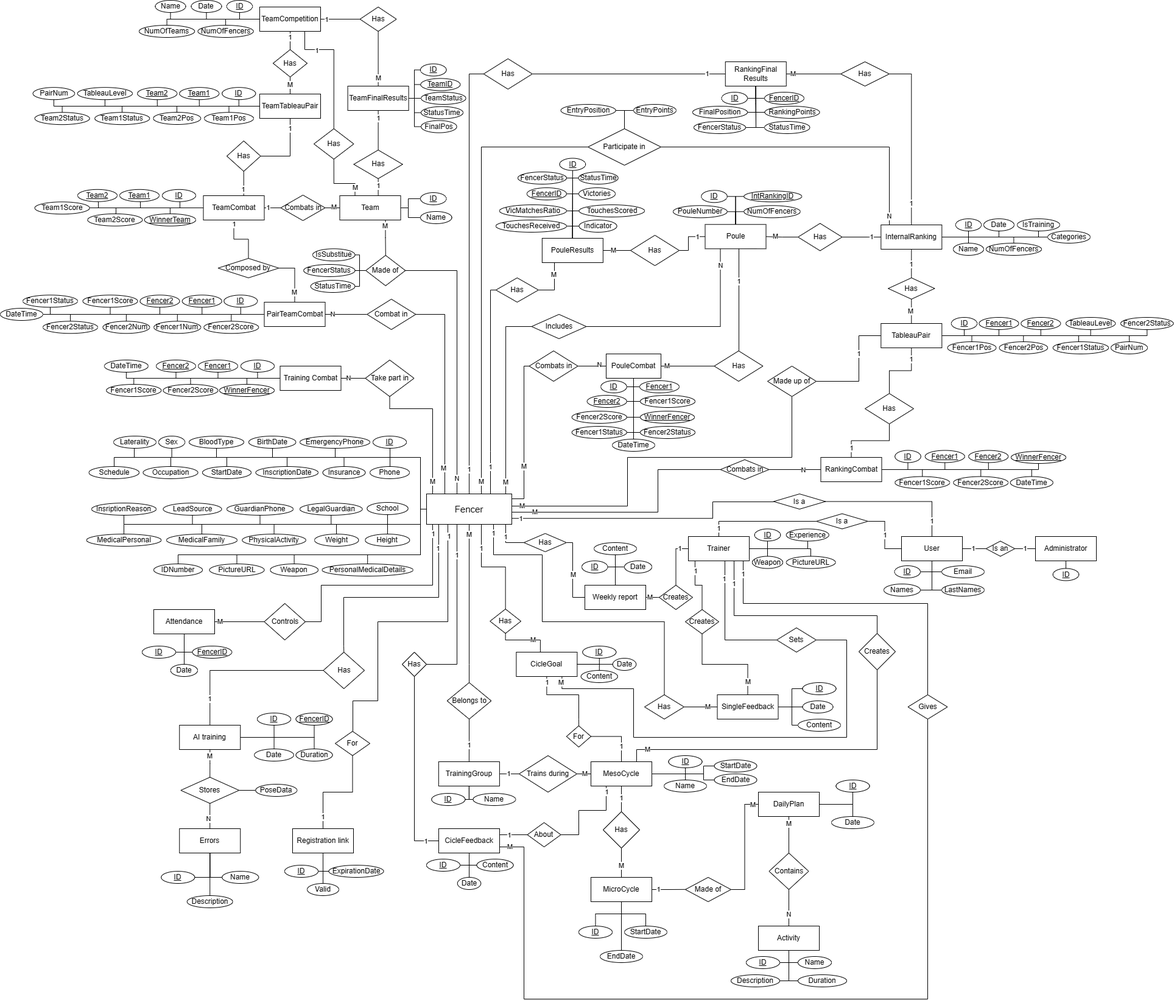
Above: Design/Web_app/Database ER diagram.png in Diego-Hiriart/Capstone_Hiriart-Corales-Samaniego (draw.io), before the change. Source tidied: cells renumbered, new cells last; positions are measured from the earlier drawing's top-left corner, leaving out a move shared by most shapes.
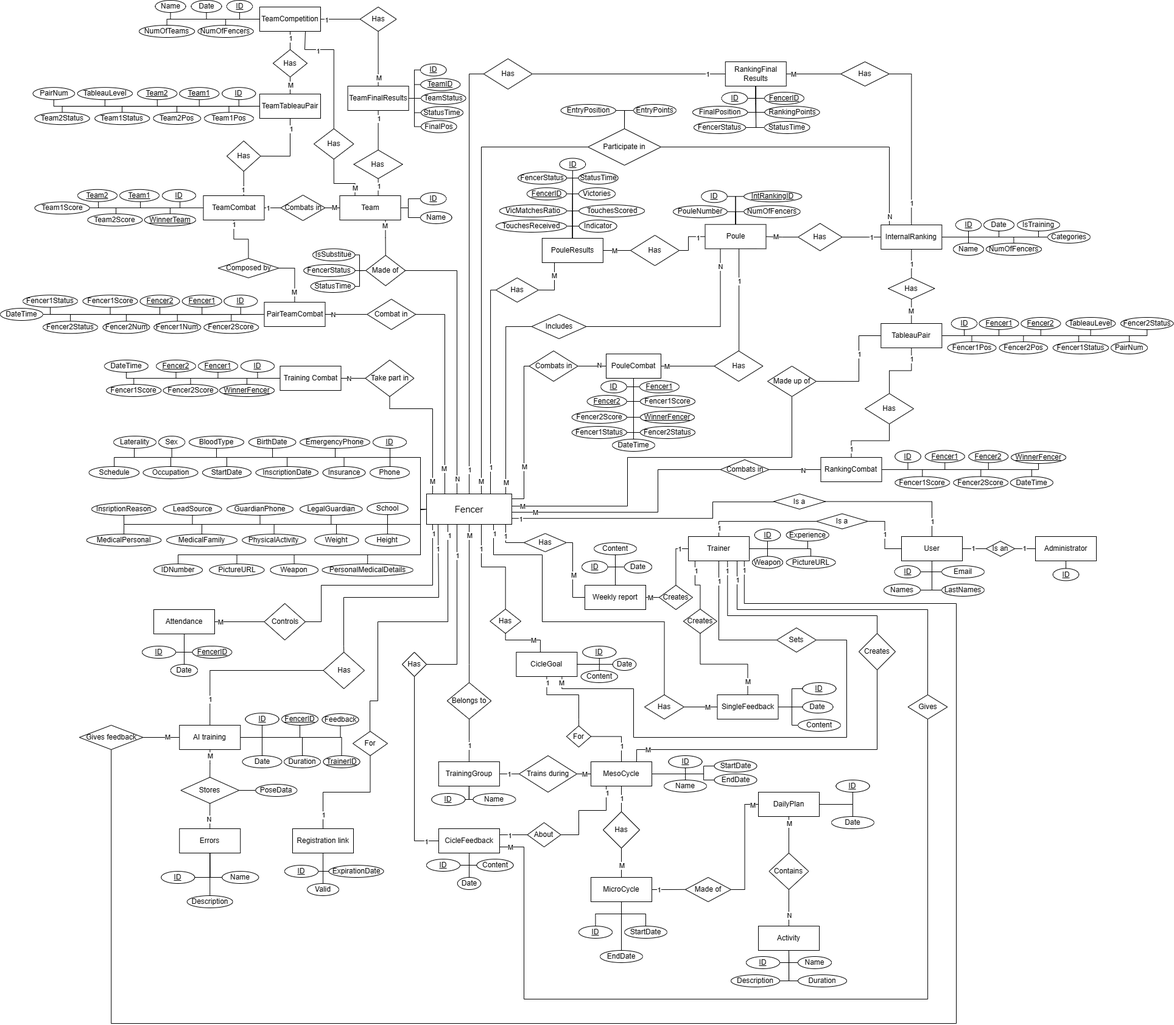
Above is the later version.

What changed in the source:
```diff
@@ -57,8 +57,8 @@
           <mxPoint x="735" y="1021" />
           <mxPoint x="620" y="1021" />
           <mxPoint x="620" y="1151" />
-          <mxPoint x="579" y="1151" />
-          <mxPoint x="579" y="1201" />
+          <mxPoint x="607" y="1151" />
+          <mxPoint x="607" y="1201" />
         </Array>
       </mxGeometry>
     </mxCell>
@@ -341,17 +341,17 @@
     <mxCell id="42" value="Fencer" style="whiteSpace=wrap;html=1;align=center;fontSize=15;" parent="1" vertex="1">
       <mxGeometry x="700" y="811" width="140" height="50" as="geometry" />
     </mxCell>
-    <mxCell id="43" style="edgeStyle=orthogonalEdgeStyle;rounded=0;jettySize=auto;html=1;exitX=0.75;exitY=1;exitDx=0;exitDy=0;endArrow=none;endFill=0;" parent="1" edge="1" source="59" target="62">
+    <mxCell id="43" style="edgeStyle=orthogonalEdgeStyle;rounded=0;jettySize=auto;html=1;exitX=0.643;exitY=0.998;exitDx=0;exitDy=0;endArrow=none;endFill=0;exitPerimeter=0;" parent="1" edge="1" source="59" target="62">
       <mxGeometry relative="1" as="geometry">
         <Array as="points">
-          <mxPoint x="1205" y="1011" />
+          <mxPoint x="1194" y="1011" />
           <mxPoint x="1440" y="1011" />
         </Array>
       </mxGeometry>
     </mxCell>
     <mxCell id="44" value="1" style="edgeLabel;html=1;align=center;verticalAlign=middle;" parent="43" vertex="1">
       <mxGeometry x="-0.67" y="1" relative="1" as="geometry">
-        <mxPoint x="-1" y="-20" as="offset" />
+        <mxPoint x="-2" y="-44" as="offset" />
       </mxGeometry>
     </mxCell>
     <mxCell id="45" style="edgeStyle=orthogonalEdgeStyle;rounded=0;jettySize=auto;html=1;exitX=0;exitY=0.5;exitDx=0;exitDy=0;endArrow=none;endFill=0;" parent="1" edge="1" source="59" target="166">
@@ -395,22 +395,21 @@
     <mxCell id="54" style="edgeStyle=orthogonalEdgeStyle;rounded=0;jettySize=auto;html=1;exitX=0.5;exitY=1;exitDx=0;exitDy=0;entryX=0;entryY=0.5;entryDx=0;entryDy=0;endArrow=none;endFill=0;" parent="1" edge="1" source="59" target="579">
       <mxGeometry relative="1" as="geometry">
         <Array as="points">
-          <mxPoint x="1190" y="921" />
-          <mxPoint x="1190" y="1051" />
+          <mxPoint x="1180" y="1051" />
         </Array>
       </mxGeometry>
     </mxCell>
     <mxCell id="55" value="1" style="edgeLabel;html=1;align=center;verticalAlign=middle;" parent="54" vertex="1">
       <mxGeometry x="-0.65" relative="1" as="geometry">
-        <mxPoint x="-1" as="offset" />
+        <mxPoint y="-7" as="offset" />
       </mxGeometry>
     </mxCell>
     <mxCell id="56" style="edgeStyle=orthogonalEdgeStyle;rounded=0;jettySize=auto;html=1;exitX=0.75;exitY=1;exitDx=0;exitDy=0;entryX=0.5;entryY=0;entryDx=0;entryDy=0;endArrow=none;endFill=0;" parent="1" edge="1" source="59" target="582">
       <mxGeometry relative="1" as="geometry">
         <Array as="points">
-          <mxPoint x="1220" y="921" />
-          <mxPoint x="1220" y="991" />
-          <mxPoint x="1523" y="991" />
+          <mxPoint x="1210" y="921" />
+          <mxPoint x="1210" y="1001" />
+          <mxPoint x="1523" y="1001" />
         </Array>
       </mxGeometry>
     </mxCell>
@@ -880,31 +879,41 @@
     <mxCell id="147" style="edgeStyle=orthogonalEdgeStyle;rounded=0;jettySize=auto;html=1;exitX=1;exitY=0.5;exitDx=0;exitDy=0;entryX=0.5;entryY=1;entryDx=0;entryDy=0;endArrow=none;endFill=0;" parent="1" edge="1" source="151" target="541">
       <mxGeometry relative="1" as="geometry">
         <Array as="points">
-          <mxPoint x="450" y="1211" />
+          <mxPoint x="430" y="1211" />
         </Array>
       </mxGeometry>
     </mxCell>
     <mxCell id="148" style="edgeStyle=orthogonalEdgeStyle;rounded=0;jettySize=auto;html=1;exitX=1;exitY=0.5;exitDx=0;exitDy=0;entryX=0.5;entryY=0;entryDx=0;entryDy=0;endArrow=none;endFill=0;" parent="1" edge="1" source="151" target="542">
       <mxGeometry relative="1" as="geometry">
         <Array as="points">
-          <mxPoint x="450" y="1211" />
+          <mxPoint x="430" y="1211" />
         </Array>
       </mxGeometry>
     </mxCell>
-    <mxCell id="149" style="edgeStyle=orthogonalEdgeStyle;rounded=0;jettySize=auto;html=1;exitX=1;exitY=0.5;exitDx=0;exitDy=0;entryX=0.5;entryY=1;entryDx=0;entryDy=0;endArrow=none;endFill=0;" parent="1" edge="1" source="151" target="543">
+    <mxCell id="149" style="edgeStyle=orthogonalEdgeStyle;rounded=0;jettySize=auto;html=1;exitX=1;exitY=0.5;exitDx=0;exitDy=0;endArrow=none;endFill=0;entryX=0.5;entryY=1;entryDx=0;entryDy=0;" parent="1" edge="1" source="151" target="543">
       <mxGeometry relative="1" as="geometry">
         <Array as="points">
-          <mxPoint x="516" y="1211" />
+          <mxPoint x="492" y="1211" />
         </Array>
       </mxGeometry>
     </mxCell>
     <mxCell id="150" style="edgeStyle=orthogonalEdgeStyle;rounded=0;jettySize=auto;html=1;exitX=1;exitY=0.5;exitDx=0;exitDy=0;entryX=0.5;entryY=0;entryDx=0;entryDy=0;endArrow=none;endFill=0;" parent="1" edge="1" source="151" target="544">
       <mxGeometry relative="1" as="geometry">
         <Array as="points">
-          <mxPoint x="516" y="1211" />
+          <mxPoint x="496" y="1211" />
         </Array>
       </mxGeometry>
     </mxCell>
+    <mxCell id="609" style="edgeStyle=orthogonalEdgeStyle;rounded=0;jettySize=auto;html=1;exitX=1;exitY=0.5;exitDx=0;exitDy=0;entryX=0.5;entryY=1;entryDx=0;entryDy=0;endArrow=none;endFill=0;" parent="1" edge="1" source="151" target="611">
+      <mxGeometry relative="1" as="geometry">
+        <Array as="points">
+          <mxPoint x="559" y="1211" />
+        </Array>
+      </mxGeometry>
+    </mxCell>
+    <mxCell id="610" style="edgeStyle=orthogonalEdgeStyle;rounded=0;jettySize=auto;html=1;exitX=1;exitY=0.5;exitDx=0;exitDy=0;entryX=0.5;entryY=0;entryDx=0;entryDy=0;endArrow=none;endFill=0;" parent="1" edge="1" source="151" target="612">
+      <mxGeometry relative="1" as="geometry" />
+    </mxCell>
     <mxCell id="151" value="AI training" style="whiteSpace=wrap;html=1;align=center;" parent="1" vertex="1">
       <mxGeometry x="294.2" y="1191" width="100" height="40" as="geometry" />
     </mxCell>
@@ -989,7 +998,7 @@
       </mxGeometry>
     </mxCell>
     <mxCell id="172" value="Creates" style="shape=rhombus;perimeter=rhombusPerimeter;whiteSpace=wrap;html=1;align=center;" parent="1" vertex="1">
-      <mxGeometry x="1125" y="1001" width="55" height="40" as="geometry" />
+      <mxGeometry x="1121.9" y="1000.1" width="55" height="40" as="geometry" />
     </mxCell>
     <mxCell id="173" style="edgeStyle=orthogonalEdgeStyle;rounded=0;jettySize=auto;html=1;exitX=1;exitY=0.5;exitDx=0;exitDy=0;entryX=0;entryY=0.5;entryDx=0;entryDy=0;endArrow=none;endFill=0;" parent="1" edge="1" source="176" target="383">
       <mxGeometry relative="1" as="geometry">
@@ -1930,7 +1939,7 @@
       <mxGeometry x="0.77" relative="1" as="geometry" />
     </mxCell>
     <mxCell id="342" value="For" style="shape=rhombus;perimeter=rhombusPerimeter;whiteSpace=wrap;html=1;align=center;" parent="1" vertex="1">
-      <mxGeometry x="550" y="1201" width="57" height="40" as="geometry" />
+      <mxGeometry x="579" y="1201" width="57" height="40" as="geometry" />
     </mxCell>
     <mxCell id="343" style="edgeStyle=orthogonalEdgeStyle;rounded=0;jettySize=auto;html=1;exitX=0.5;exitY=1;exitDx=0;exitDy=0;entryX=0.5;entryY=0;entryDx=0;entryDy=0;endArrow=none;endFill=0;" parent="1" edge="1" source="344" target="416">
       <mxGeometry relative="1" as="geometry" />
@@ -2645,16 +2654,16 @@
       <mxGeometry x="315.5" y="1061" width="64.8" height="20" as="geometry" />
     </mxCell>
     <mxCell id="541" value="ID" style="ellipse;whiteSpace=wrap;html=1;align=center;fontStyle=4;" parent="1" vertex="1">
-      <mxGeometry x="422.1" y="1171" width="55" height="20" as="geometry" />
+      <mxGeometry x="402.5" y="1171" width="55" height="20" as="geometry" />
     </mxCell>
     <mxCell id="542" value="Date" style="ellipse;whiteSpace=wrap;html=1;align=center;fontStyle=0;" parent="1" vertex="1">
-      <mxGeometry x="417.2" y="1230" width="64.8" height="20" as="geometry" />
+      <mxGeometry x="397.6" y="1241" width="64.8" height="20" as="geometry" />
     </mxCell>
     <mxCell id="543" value="FencerID" style="ellipse;whiteSpace=wrap;html=1;align=center;fontStyle=4;" parent="1" vertex="1">
-      <mxGeometry x="485.5" y="1171" width="60" height="20" as="geometry" />
+      <mxGeometry x="462" y="1171" width="60" height="20" as="geometry" />
     </mxCell>
     <mxCell id="544" value="Duration" style="ellipse;whiteSpace=wrap;html=1;align=center;fontStyle=0;" parent="1" vertex="1">
-      <mxGeometry x="485.5" y="1230" width="60" height="20" as="geometry" />
+      <mxGeometry x="466" y="1241" width="60" height="20" as="geometry" />
     </mxCell>
     <mxCell id="545" value="ExpirationDate" style="ellipse;whiteSpace=wrap;html=1;align=center;fontStyle=0;" parent="1" vertex="1">
       <mxGeometry x="539.5" y="1421" width="90" height="20" as="geometry" />
@@ -2916,5 +2925,37 @@
     <mxCell id="608" value="PictureURL" style="ellipse;whiteSpace=wrap;html=1;align=center;fontStyle=0;" parent="1" vertex="1">
       <mxGeometry x="1290.8" y="913.5" width="80.8" height="20" as="geometry" />
     </mxCell>
+    <mxCell id="611" value="Feedback" style="ellipse;whiteSpace=wrap;html=1;align=center;fontStyle=0;" parent="1" vertex="1">
+      <mxGeometry x="528.5" y="1172" width="60" height="20" as="geometry" />
+    </mxCell>
+    <mxCell id="612" value="TrainerID" style="ellipse;whiteSpace=wrap;html=1;align=center;fontStyle=4;" parent="1" vertex="1">
+      <mxGeometry x="530.5" y="1241" width="60" height="20" as="geometry" />
+    </mxCell>
+    <mxCell id="613" style="edgeStyle=orthogonalEdgeStyle;rounded=0;jettySize=auto;html=1;exitX=1;exitY=0.5;exitDx=0;exitDy=0;endArrow=none;endFill=0;" parent="1" edge="1" source="617" target="151">
+      <mxGeometry relative="1" as="geometry" />
+    </mxCell>
+    <mxCell id="614" value="M" style="edgeLabel;html=1;align=center;verticalAlign=middle;" parent="613" vertex="1">
+      <mxGeometry x="0.59" y="1" relative="1" as="geometry">
+        <mxPoint x="-8" as="offset" />
+      </mxGeometry>
+    </mxCell>
+    <mxCell id="615" style="edgeStyle=orthogonalEdgeStyle;rounded=0;jettySize=auto;html=1;exitX=0.5;exitY=1;exitDx=0;exitDy=0;entryX=0.918;entryY=0.996;entryDx=0;entryDy=0;entryPerimeter=0;endArrow=none;endFill=0;" parent="1" edge="1" source="617" target="59">
+      <mxGeometry relative="1" as="geometry">
+        <Array as="points">
+          <mxPoint x="182" y="1681" />
+          <mxPoint x="1570" y="1681" />
+          <mxPoint x="1570" y="991" />
+          <mxPoint x="1222" y="991" />
+        </Array>
+      </mxGeometry>
+    </mxCell>
+    <mxCell id="616" value="1" style="edgeLabel;html=1;align=center;verticalAlign=middle;" parent="615" vertex="1">
+      <mxGeometry x="0.98" relative="1" as="geometry">
+        <mxPoint x="-1" y="-11" as="offset" />
+      </mxGeometry>
+    </mxCell>
+    <mxCell id="617" value="Gives feedback" style="shape=rhombus;perimeter=rhombusPerimeter;whiteSpace=wrap;html=1;align=center;verticalAlign=middle;labelPosition=center;verticalLabelPosition=middle;" parent="1" vertex="1">
+      <mxGeometry x="129.8" y="1191" width="104.8" height="40" as="geometry" />
+    </mxCell>
   </root>
 </mxGraphModel>
```
